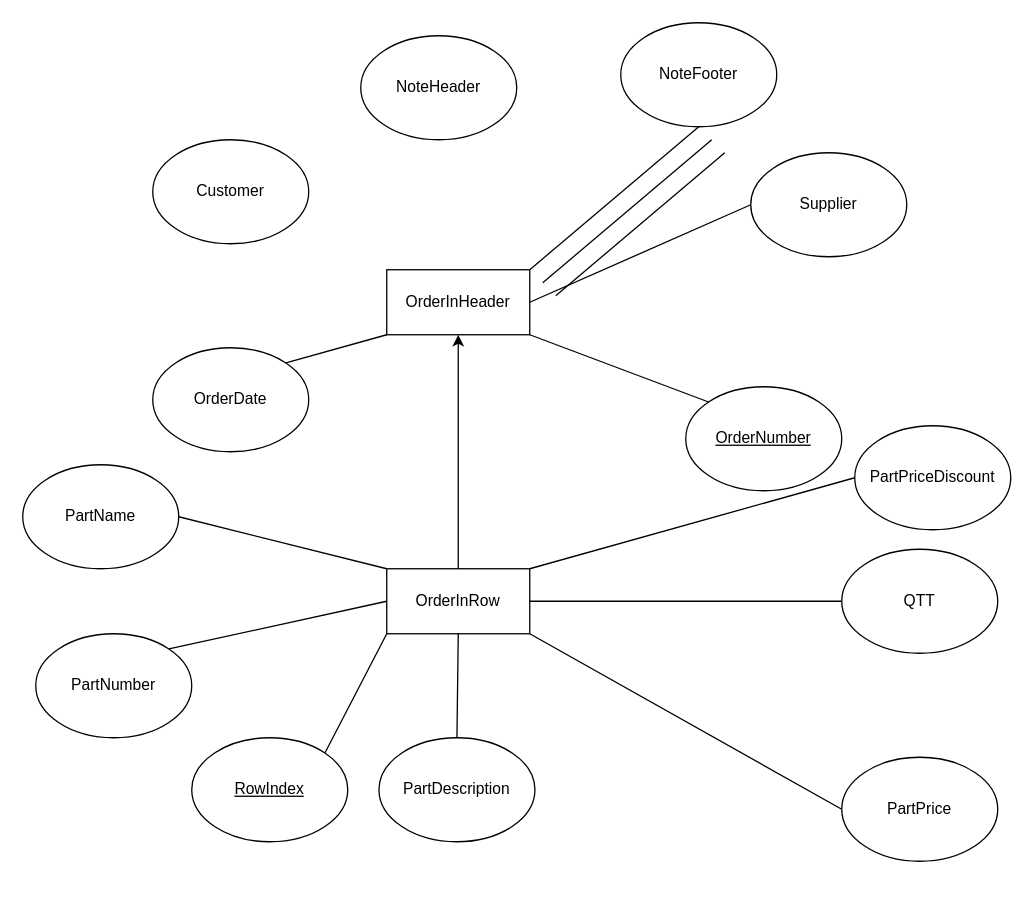
This is Megnevezetlen diagram.drawio from Fabbernat/-ARCHIVE-Adatbazis_projektmunka_scratch, a draw.io file, before an edit. Source tidied: cells renumbered, new cells numbered last; positions are measured from the earlier drawing's top-left corner, leaving out a move shared by most shapes. Both pictures are drawn from the tidied source at 130%, with x=0, y=0 at pixel (22, 22).
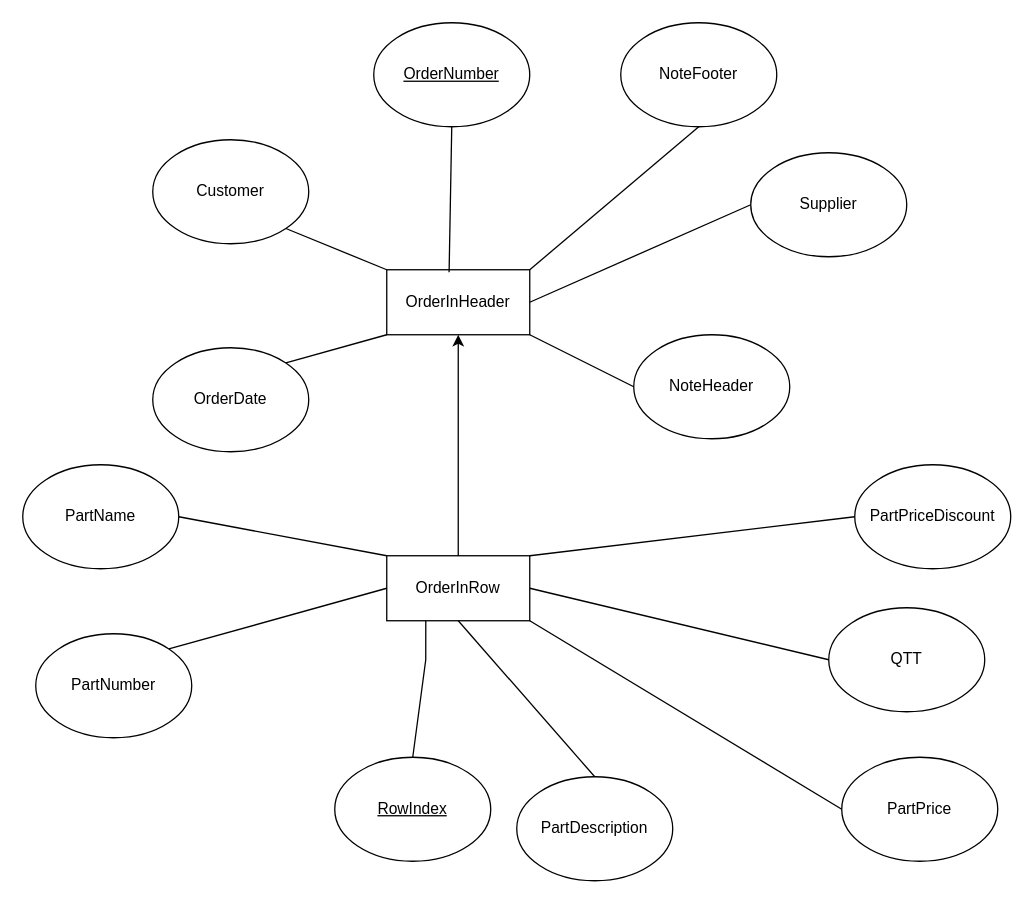
Above is the later version.

The change refers to these unchanged cells:
```xml
<mxCell id="2" value="OrderInHeader" style="html=1;whiteSpace=wrap;" parent="1" vertex="1">
  <mxGeometry x="280" y="190" width="110" height="50" as="geometry" />
</mxCell>
<mxCell id="19" value="Customer" style="ellipse;whiteSpace=wrap;html=1;" parent="1" vertex="1">
  <mxGeometry x="100" y="90" width="120" height="80" as="geometry" />
</mxCell>
```

Change to the diagram source:
```diff
@@
     <mxCell id="3" value="OrderInRow" style="html=1;whiteSpace=wrap;" parent="1" vertex="1">
-      <mxGeometry x="280" y="420" width="110" height="50" as="geometry" />
+      <mxGeometry x="280" y="410" width="110" height="50" as="geometry" />
     </mxCell>
     <mxCell id="4" value="&lt;u&gt;OrderNumber&lt;/u&gt;" style="ellipse;whiteSpace=wrap;html=1;" parent="1" vertex="1">
-      <mxGeometry x="510" y="280" width="120" height="80" as="geometry" />
+      <mxGeometry x="270" width="120" height="80" as="geometry" />
     </mxCell>
-    <mxCell id="5" style="endArrow=none;html=1;rounded=0;entryX=1;entryY=1;entryDx=0;entryDy=0;exitX=0;exitY=0;exitDx=0;exitDy=0;" parent="1" edge="1" source="4" target="2">
+    <mxCell id="5" style="endArrow=none;html=1;rounded=0;entryX=0.436;entryY=0.04;entryDx=0;entryDy=0;exitX=0.5;exitY=1;exitDx=0;exitDy=0;entryPerimeter=0;" parent="1" edge="1" source="4" target="2">
       <mxGeometry relative="1" as="geometry" />
     </mxCell>
@@
     <mxCell id="9" value="&lt;u&gt;RowIndex&lt;/u&gt;" style="ellipse;whiteSpace=wrap;html=1;" parent="1" vertex="1">
-      <mxGeometry x="130" y="550" width="120" height="80" as="geometry" />
+      <mxGeometry x="240" y="565" width="120" height="80" as="geometry" />
     </mxCell>
@@
-    <mxCell id="12" style="endArrow=none;html=1;rounded=0;exitX=1;exitY=0;exitDx=0;exitDy=0;entryX=0;entryY=1;entryDx=0;entryDy=0;" parent="1" edge="1" source="9" target="3">
-      <mxGeometry relative="1" as="geometry" />
+    <mxCell id="12" style="endArrow=none;html=1;rounded=0;exitX=0.5;exitY=0;exitDx=0;exitDy=0;entryX=0.273;entryY=1;entryDx=0;entryDy=0;entryPerimeter=0;" parent="1" edge="1" source="9" target="3">
+      <mxGeometry relative="1" as="geometry">
+        <Array as="points">
+          <mxPoint x="310" y="490" />
+        </Array>
+      </mxGeometry>
     </mxCell>
@@
     <mxCell id="15" value="PartPriceDiscount" style="ellipse;whiteSpace=wrap;html=1;" parent="1" vertex="1">
-      <mxGeometry x="640" y="310" width="120" height="80" as="geometry" />
+      <mxGeometry x="640" y="340" width="120" height="80" as="geometry" />
     </mxCell>
     <mxCell id="16" value="QTT" style="ellipse;whiteSpace=wrap;html=1;" parent="1" vertex="1">
-      <mxGeometry x="630" y="405" width="120" height="80" as="geometry" />
+      <mxGeometry x="620" y="450" width="120" height="80" as="geometry" />
     </mxCell>
@@
     <mxCell id="18" value="PartDescription" style="ellipse;whiteSpace=wrap;html=1;" parent="1" vertex="1">
-      <mxGeometry x="274" y="550" width="120" height="80" as="geometry" />
+      <mxGeometry x="380" y="580" width="120" height="80" as="geometry" />
     </mxCell>
@@
     <mxCell id="20" value="NoteHeader" style="ellipse;whiteSpace=wrap;html=1;" parent="1" vertex="1">
-      <mxGeometry x="260" y="10" width="120" height="80" as="geometry" />
+      <mxGeometry x="470" y="240" width="120" height="80" as="geometry" />
     </mxCell>
@@
-    <mxCell id="23" style="endArrow=none;html=1;rounded=0;exitX=1;exitY=0;exitDx=0;exitDy=0;entryX=0.5;entryY=1;entryDx=0;entryDy=0;" parent="1" edge="1">
-      <mxGeometry relative="1" as="geometry">
-        <mxPoint x="400" y="200" as="sourcePoint" />
-        <mxPoint x="530" y="90" as="targetPoint" />
-      </mxGeometry>
+    <mxCell id="23" style="endArrow=none;html=1;rounded=0;exitX=0;exitY=0;exitDx=0;exitDy=0;entryX=1;entryY=1;entryDx=0;entryDy=0;" parent="1" edge="1" source="2" target="19">
+      <mxGeometry relative="1" as="geometry" />
     </mxCell>
-    <mxCell id="24" style="endArrow=none;html=1;rounded=0;exitX=1;exitY=0;exitDx=0;exitDy=0;entryX=0.5;entryY=1;entryDx=0;entryDy=0;" parent="1" edge="1">
-      <mxGeometry relative="1" as="geometry">
-        <mxPoint x="410" y="210" as="sourcePoint" />
-        <mxPoint x="540" y="100" as="targetPoint" />
-      </mxGeometry>
+    <mxCell id="24" style="endArrow=none;html=1;rounded=0;exitX=1;exitY=1;exitDx=0;exitDy=0;entryX=0;entryY=0.5;entryDx=0;entryDy=0;" parent="1" edge="1" source="2" target="20">
+      <mxGeometry relative="1" as="geometry" />
     </mxCell>
```
